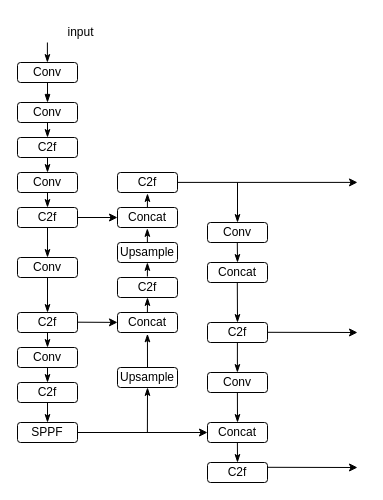
The draw.io diagram nscot_yolo.drawio in recluse99/tcp_ip, before the edit. Source tidied: cells renumbered, new cells numbered last; positions are measured from the earlier drawing's top-left corner, leaving out a move shared by most shapes. Both pictures are drawn from the tidied source at 100%, with x=0, y=0 at pixel (17, 17).
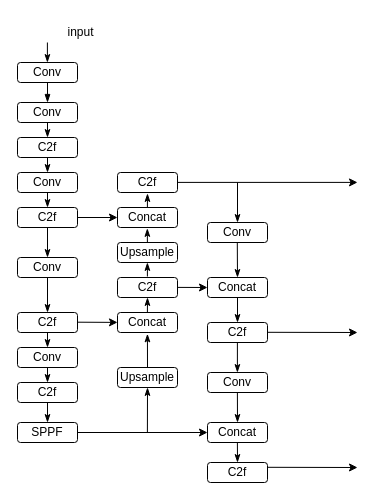
Above is the later version.

The change refers to these unchanged cells:
```xml
<mxCell id="33" value="C2f" style="rounded=1;whiteSpace=wrap;html=1;" parent="1" vertex="1">
  <mxGeometry x="190" y="305" width="60" height="20" as="geometry" />
</mxCell>
```

What changed in the source:
```diff
@@
     <mxCell id="32" value="Concat" style="rounded=1;whiteSpace=wrap;html=1;" parent="1" vertex="1">
-      <mxGeometry x="190" y="245" width="60" height="20" as="geometry" />
+      <mxGeometry x="190" y="260" width="60" height="20" as="geometry" />
     </mxCell>
@@
-    <mxCell id="38" style="endArrow=classicThin;html=1;rounded=0;endFill=1;exitX=0.5;exitY=0;exitDx=0;exitDy=0;entryX=0.5;entryY=0;entryDx=0;entryDy=0;" parent="1" edge="1" target="33">
+    <mxCell id="38" style="endArrow=classicThin;html=1;rounded=0;endFill=1;entryX=0.5;entryY=0;entryDx=0;entryDy=0;" parent="1" edge="1" target="33">
       <mxGeometry relative="1" as="geometry">
-        <mxPoint x="219.8" y="265" as="sourcePoint" />
+        <mxPoint x="220" y="280" as="sourcePoint" />
       </mxGeometry>
     </mxCell>
@@
+    <mxCell id="53" style="endArrow=classic;html=1;rounded=0;entryX=0;entryY=0.5;entryDx=0;entryDy=0;" parent="1" edge="1" target="32">
+      <mxGeometry relative="1" as="geometry">
+        <mxPoint x="160" y="269.9" as="sourcePoint" />
+      </mxGeometry>
+    </mxCell>
```
